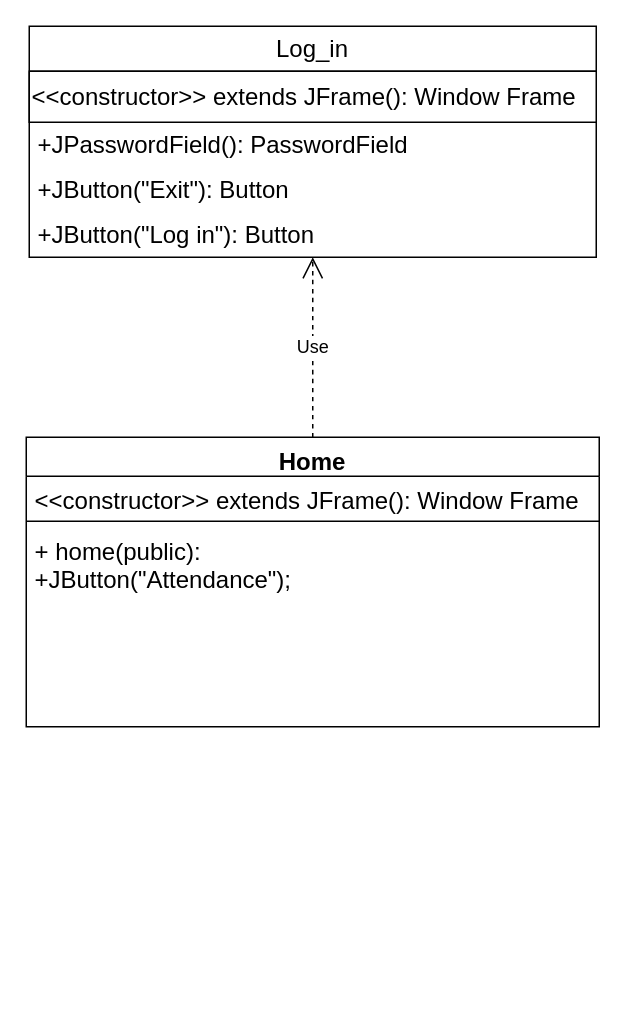
Earlier version of the draw.io diagram BIO_SCHOOL_TOOL.drawio (QuotableShip/Bio_School_Tool). Source tidied: cells renumbered, new cells numbered last; positions are measured from the earlier drawing's top-left corner, leaving out a move shared by most shapes. Both pictures are drawn from the tidied source at 150%, with x=0, y=0 at pixel (26, 26).
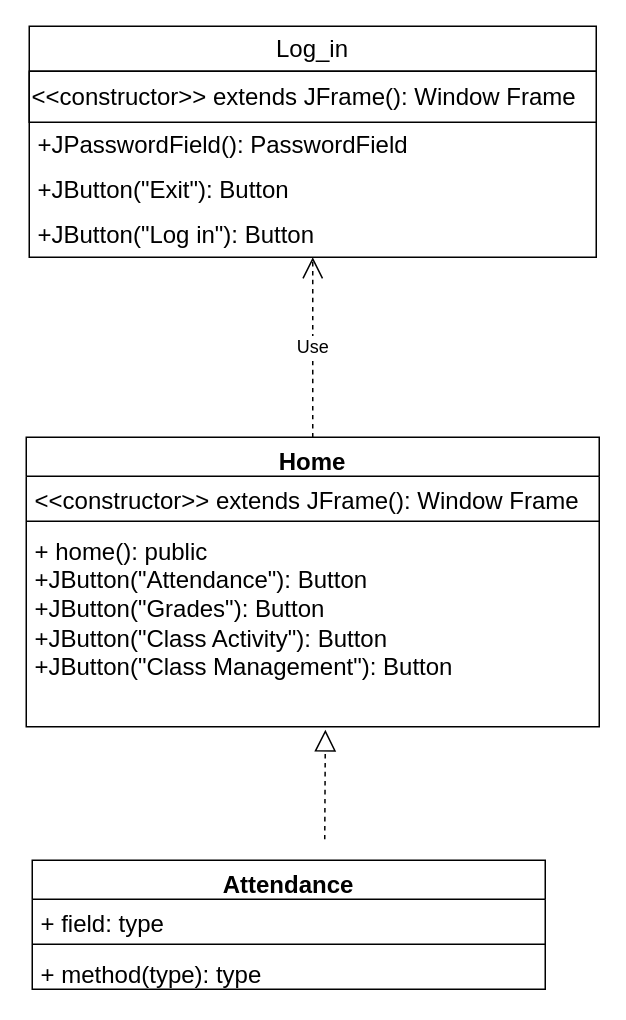
The same diagram, later.

The edit, as a diff of the source:
```diff
@@
 <mxGraphModel>
   <root>
     <mxCell id="0" />
     <mxCell id="1" parent="0" />
     <mxCell id="2" value="Log_in" style="swimlane;fontStyle=0;horizontal=1;startSize=30;whiteSpace=wrap;html=1;fontSize=16;" parent="1" vertex="1">
       <mxGeometry x="2" width="378" height="154" as="geometry" />
     </mxCell>
     <mxCell id="3" value="&lt;div&gt;&amp;lt;&amp;lt;constructor&amp;gt;&amp;gt; extends JFrame(): Window Frame &lt;br&gt;&lt;/div&gt;" style="html=1;whiteSpace=wrap;fontSize=16;align=left;" parent="2" vertex="1">
       <mxGeometry y="30" width="378" height="34" as="geometry" />
     </mxCell>
     <mxCell id="4" value="+JPasswordField(): PasswordField" style="text;strokeColor=none;fillColor=none;align=left;verticalAlign=middle;spacingLeft=4;spacingRight=4;overflow=hidden;whiteSpace=wrap;html=1;fontSize=16;" parent="2" vertex="1">
       <mxGeometry y="64" width="378" height="30" as="geometry" />
     </mxCell>
     <mxCell id="5" value="+JButton(&quot;Exit&quot;): Button" style="text;strokeColor=none;fillColor=none;align=left;verticalAlign=middle;spacingLeft=4;spacingRight=4;overflow=hidden;whiteSpace=wrap;html=1;fontSize=16;" parent="2" vertex="1">
       <mxGeometry y="94" width="378" height="30" as="geometry" />
     </mxCell>
     <mxCell id="6" value="+JButton(&quot;Log in&quot;): Button" style="text;strokeColor=none;fillColor=none;align=left;verticalAlign=middle;spacingLeft=4;spacingRight=4;overflow=hidden;whiteSpace=wrap;html=1;fontSize=16;" parent="2" vertex="1">
       <mxGeometry y="124" width="378" height="30" as="geometry" />
     </mxCell>
     <mxCell id="7" value="Home" style="swimlane;fontStyle=1;align=center;verticalAlign=top;horizontal=1;startSize=26;whiteSpace=wrap;html=1;fontSize=16;" parent="1" vertex="1">
       <mxGeometry y="274" width="382" height="193" as="geometry" />
     </mxCell>
     <mxCell id="8" value="&amp;lt;&amp;lt;constructor&amp;gt;&amp;gt; extends JFrame(): Window Frame" style="text;strokeColor=none;fillColor=none;align=left;verticalAlign=top;spacingLeft=4;spacingRight=4;overflow=hidden;whiteSpace=wrap;html=1;fontSize=16;" parent="7" vertex="1">
       <mxGeometry y="26" width="382" height="26" as="geometry" />
     </mxCell>
     <mxCell id="9" style="line;strokeWidth=1;fillColor=none;align=left;verticalAlign=middle;spacingTop=-1;spacingLeft=3;spacingRight=3;labelPosition=right;strokeColor=inherit;fontSize=16;" parent="7" vertex="1">
       <mxGeometry y="52" width="382" height="8" as="geometry" />
     </mxCell>
+    <mxCell id="12" style="endArrow=block;dashed=1;endFill=0;endSize=12;html=1;rounded=0;fontSize=12;curved=1;entryX=0.522;entryY=1.015;entryDx=0;entryDy=0;entryPerimeter=0;" parent="7" edge="1" target="10">
+      <mxGeometry relative="1" as="geometry">
+        <mxPoint x="199" y="268" as="sourcePoint" />
+      </mxGeometry>
+    </mxCell>
-    <mxCell id="10" value="&lt;div&gt;+ home(public):&lt;/div&gt;&lt;div&gt;+JButton(&quot;Attendance&quot;);&lt;br&gt;&lt;/div&gt;" style="text;strokeColor=none;fillColor=none;align=left;verticalAlign=top;spacingLeft=4;spacingRight=4;overflow=hidden;points=[[0,0.5],[1,0.5]];portConstraint=eastwest;whiteSpace=wrap;html=1;fontSize=16;" parent="7" vertex="1">
+    <mxCell id="10" value="&lt;div&gt;+ home(): public&lt;br&gt;&lt;/div&gt;&lt;div&gt;+JButton(&quot;Attendance&quot;): Button&lt;br&gt;&lt;/div&gt;&lt;div&gt;+JButton(&quot;Grades&quot;): Button&lt;br&gt;&lt;/div&gt;&lt;div&gt;+JButton(&quot;Class Activity&quot;): Button&lt;br&gt;&lt;/div&gt;&lt;div&gt;+JButton(&quot;Class Management&quot;): Button&lt;br&gt;&lt;/div&gt;&lt;div&gt;&lt;br&gt;&lt;/div&gt;&lt;div&gt;&lt;br&gt;&lt;/div&gt;&lt;div&gt;&lt;br&gt;&lt;/div&gt;&lt;div&gt;&lt;br&gt;&lt;/div&gt;&lt;div&gt;&lt;br&gt;&lt;/div&gt;" style="text;strokeColor=none;fillColor=none;align=left;verticalAlign=top;spacingLeft=4;spacingRight=4;overflow=hidden;points=[[0,0.5],[1,0.5]];portConstraint=eastwest;whiteSpace=wrap;html=1;fontSize=16;" parent="7" vertex="1">
       <mxGeometry y="60" width="382" height="133" as="geometry" />
     </mxCell>
     <mxCell id="11" value="Use" style="endArrow=open;endSize=12;dashed=1;html=1;rounded=0;fontSize=12;curved=1;entryX=0.5;entryY=1;entryDx=0;entryDy=0;exitX=0.5;exitY=0;exitDx=0;exitDy=0;" parent="1" edge="1" source="7" target="2">
       <mxGeometry relative="1" as="geometry" />
     </mxCell>
+    <mxCell id="13" value="Attendance" style="swimlane;fontStyle=1;align=center;verticalAlign=top;horizontal=1;startSize=26;whiteSpace=wrap;html=1;fontSize=16;" parent="1" vertex="1">
+      <mxGeometry x="4" y="556" width="342" height="86" as="geometry" />
+    </mxCell>
+    <mxCell id="14" value="+ field: type" style="text;strokeColor=none;fillColor=none;align=left;verticalAlign=top;spacingLeft=4;spacingRight=4;overflow=hidden;whiteSpace=wrap;html=1;fontSize=16;" parent="13" vertex="1">
+      <mxGeometry y="26" width="342" height="26" as="geometry" />
+    </mxCell>
+    <mxCell id="15" style="line;strokeWidth=1;fillColor=none;align=left;verticalAlign=middle;spacingTop=-1;spacingLeft=3;spacingRight=3;labelPosition=right;strokeColor=inherit;fontSize=16;" parent="13" vertex="1">
+      <mxGeometry y="52" width="342" height="8" as="geometry" />
+    </mxCell>
+    <mxCell id="16" value="+ method(type): type" style="text;strokeColor=none;fillColor=none;align=left;verticalAlign=top;spacingLeft=4;spacingRight=4;overflow=hidden;whiteSpace=wrap;html=1;fontSize=16;" parent="13" vertex="1">
+      <mxGeometry y="60" width="342" height="26" as="geometry" />
+    </mxCell>
   </root>
 </mxGraphModel>
```
